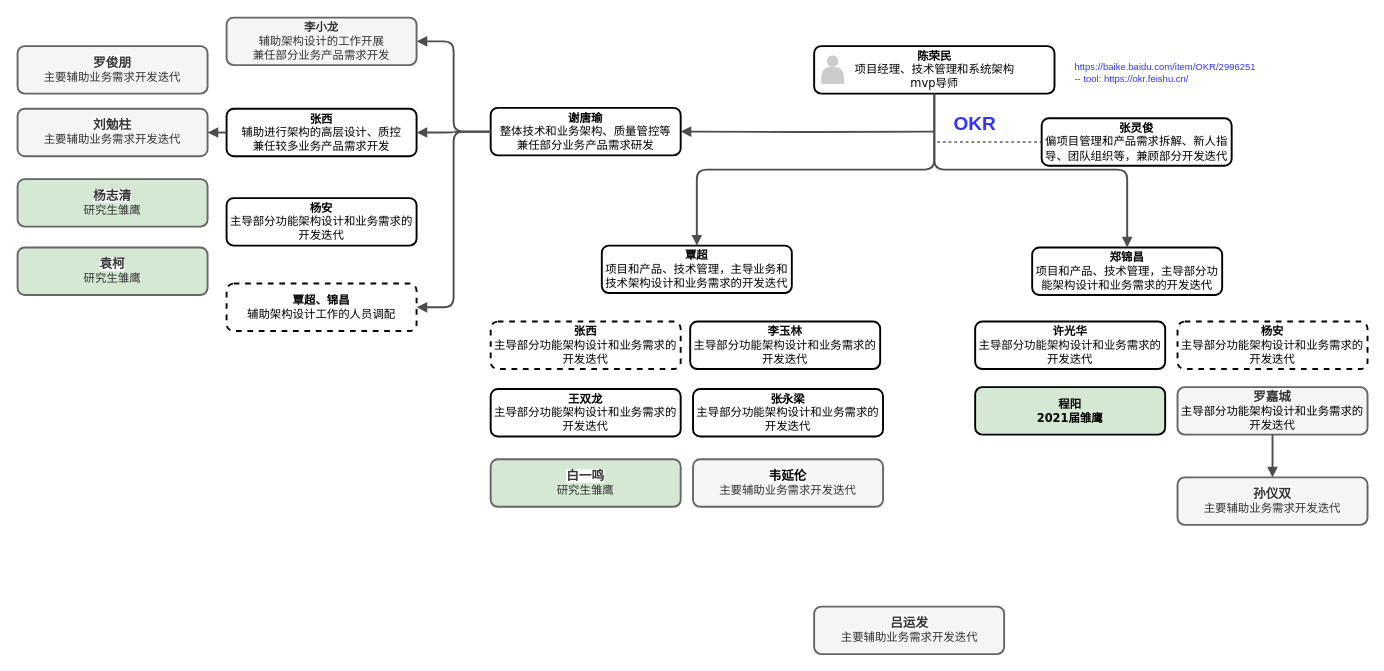
Above: tshop/组织架构.drawio in lawplus/diagrams (draw.io), before the change. Source tidied: cells renumbered, new cells numbered last; positions are measured from the earlier drawing's top-left corner, leaving out a move shared by most shapes. Both pictures are drawn from the tidied source at 95%, with x=0, y=0 at pixel (17, 17).
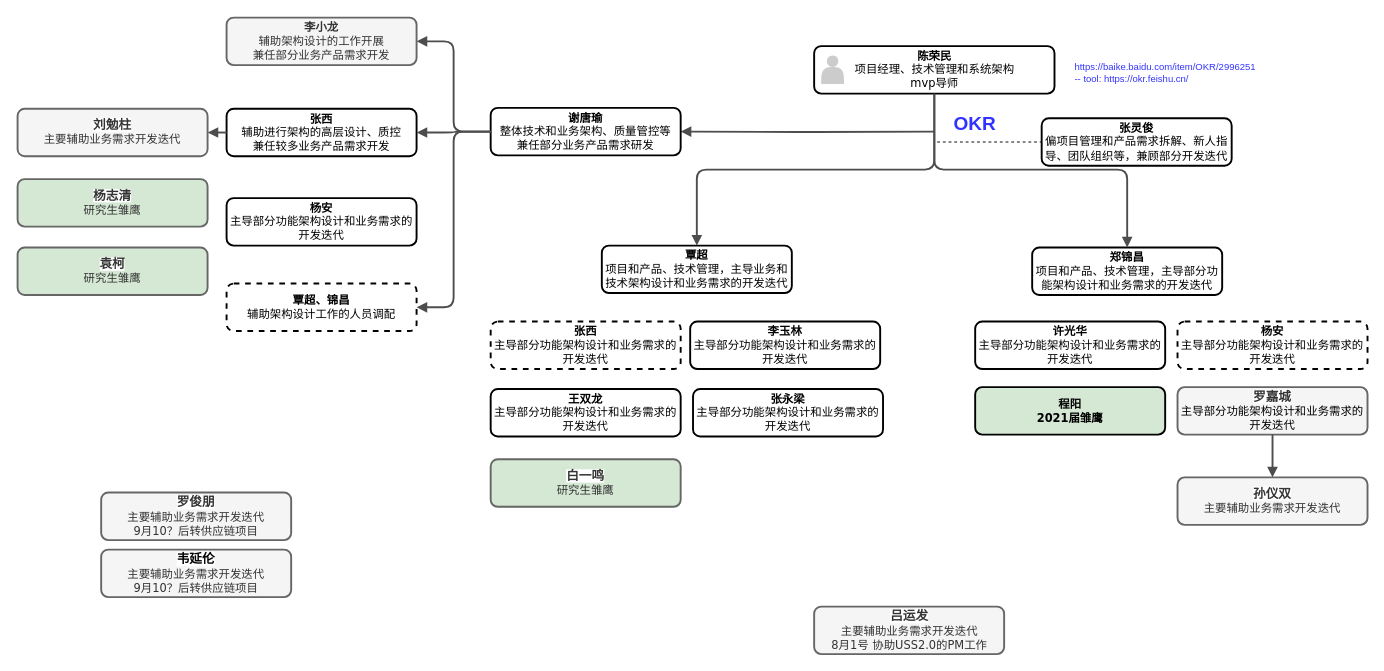
Above is the later version.

Diff of the diagram source:
```diff
@@
-    <mxCell id="19" value="&lt;div&gt;&lt;font face=&quot;arial&quot;&gt;&lt;span style=&quot;font-size: 13.3333px ; background-color: rgb(255 , 255 , 255)&quot;&gt;吕运发&lt;/span&gt;&lt;/font&gt;&lt;/div&gt;&lt;div&gt;&lt;span style=&quot;font-weight: 400&quot;&gt;主要辅助业务需求开发迭代&lt;/span&gt;&lt;br&gt;&lt;/div&gt;" style="whiteSpace=wrap;html=1;rounded=1;shadow=0;comic=0;strokeWidth=2;fontFamily=Verdana;align=center;fontSize=12;fontStyle=1;fillColor=#f5f5f5;strokeColor=#666666;fontColor=#333333;" parent="1" vertex="1">
+    <mxCell id="19" value="&lt;div&gt;&lt;font face=&quot;arial&quot;&gt;&lt;span style=&quot;font-size: 13.3333px ; background-color: rgb(255 , 255 , 255)&quot;&gt;吕运发&lt;/span&gt;&lt;/font&gt;&lt;/div&gt;&lt;div&gt;&lt;span style=&quot;font-weight: 400&quot;&gt;主要辅助业务需求开发迭代&lt;/span&gt;&lt;br&gt;&lt;/div&gt;&lt;div&gt;&lt;span style=&quot;font-weight: 400&quot;&gt;8月1号 协助USS2.0的PM工作&lt;/span&gt;&lt;/div&gt;" style="whiteSpace=wrap;html=1;rounded=1;shadow=0;comic=0;strokeWidth=2;fontFamily=Verdana;align=center;fontSize=12;fontStyle=1;fillColor=#f5f5f5;strokeColor=#666666;fontColor=#333333;" parent="1" vertex="1">
       <mxGeometry x="838.5" y="620" width="200" height="50" as="geometry" />
     </mxCell>
@@
-    <mxCell id="22" value="&lt;div&gt;&lt;span style=&quot;color: rgb(0 , 0 , 0) ; font-family: &amp;#34;arial&amp;#34; ; font-size: 13.3333px ; background-color: rgb(255 , 255 , 255)&quot;&gt;韦延伦&lt;/span&gt;&lt;br&gt;&lt;/div&gt;&lt;div&gt;&lt;span style=&quot;font-weight: normal&quot;&gt;主要辅助业务需求开发迭代&lt;/span&gt;&lt;/div&gt;" style="whiteSpace=wrap;html=1;rounded=1;shadow=0;comic=0;strokeWidth=2;fontFamily=Verdana;align=center;fontSize=12;fontStyle=1;fillColor=#f5f5f5;strokeColor=#666666;fontColor=#333333;" parent="1" vertex="1">
-      <mxGeometry x="711" y="465" width="200" height="50" as="geometry" />
+    <mxCell id="22" value="&lt;div&gt;&lt;span style=&quot;color: rgb(0 , 0 , 0) ; font-family: &amp;#34;arial&amp;#34; ; font-size: 13.3333px ; background-color: rgb(255 , 255 , 255)&quot;&gt;韦延伦&lt;/span&gt;&lt;br&gt;&lt;/div&gt;&lt;div&gt;&lt;span style=&quot;font-weight: normal&quot;&gt;主要辅助业务需求开发迭代&lt;/span&gt;&lt;/div&gt;&lt;div&gt;&lt;span style=&quot;font-weight: 400&quot;&gt;9月10？后转供应链项目&lt;/span&gt;&lt;span style=&quot;font-weight: normal&quot;&gt;&lt;br&gt;&lt;/span&gt;&lt;/div&gt;" style="whiteSpace=wrap;html=1;rounded=1;shadow=0;comic=0;strokeWidth=2;fontFamily=Verdana;align=center;fontSize=12;fontStyle=1;fillColor=#f5f5f5;strokeColor=#666666;fontColor=#333333;" parent="1" vertex="1">
+      <mxGeometry x="88" y="560" width="200" height="50" as="geometry" />
     </mxCell>
@@
-    <mxCell id="38" value="&lt;div&gt;&lt;span style=&quot;font-family: &amp;#34;arial&amp;#34; ; font-size: 13.3333px ; text-align: left ; background-color: rgb(255 , 255 , 255)&quot;&gt;罗俊朋&lt;/span&gt;&lt;br&gt;&lt;/div&gt;&lt;div&gt;&lt;span style=&quot;font-weight: normal&quot;&gt;主要辅助业务需求开发迭代&lt;/span&gt;&lt;/div&gt;" style="whiteSpace=wrap;html=1;rounded=1;shadow=0;comic=0;strokeWidth=2;fontFamily=Verdana;align=center;fontSize=12;fontStyle=1;fillColor=#f5f5f5;strokeColor=#666666;fontColor=#333333;" parent="1" vertex="1">
-      <mxGeometry y="30" width="200" height="50" as="geometry" />
+    <mxCell id="38" value="&lt;div&gt;&lt;span style=&quot;font-family: &amp;#34;arial&amp;#34; ; font-size: 13.3333px ; text-align: left ; background-color: rgb(255 , 255 , 255)&quot;&gt;罗俊朋&lt;/span&gt;&lt;br&gt;&lt;/div&gt;&lt;div&gt;&lt;span style=&quot;font-weight: normal&quot;&gt;主要辅助业务需求开发迭代&lt;/span&gt;&lt;/div&gt;&lt;div&gt;&lt;span style=&quot;font-weight: normal&quot;&gt;9月10？后转供应链项目&lt;/span&gt;&lt;/div&gt;" style="whiteSpace=wrap;html=1;rounded=1;shadow=0;comic=0;strokeWidth=2;fontFamily=Verdana;align=center;fontSize=12;fontStyle=1;fillColor=#f5f5f5;strokeColor=#666666;fontColor=#333333;" parent="1" vertex="1">
+      <mxGeometry x="88" y="500" width="200" height="50" as="geometry" />
     </mxCell>
```
